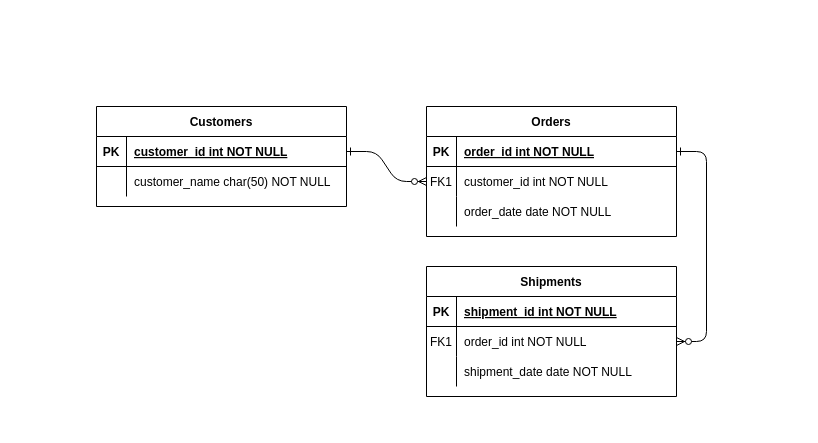
Earlier version of the draw.io diagram Diagrama sin título.drawio (lucasal07/E-Commerce). Source tidied: cells renumbered, new cells numbered last; positions are measured from the earlier drawing's top-left corner, leaving out a move shared by most shapes. Both pictures are drawn from the tidied source at 100%, with x=0, y=0 at pixel (96, 106).
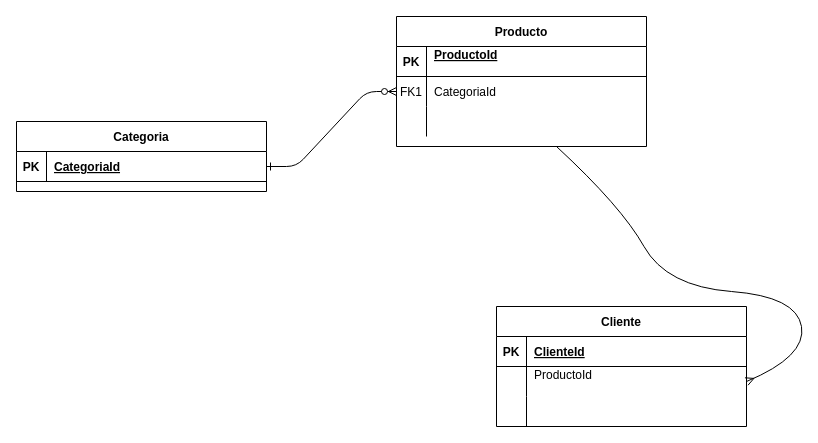
Above is the later version.

Commit message:
Relación entre tablas

The change refers to these unchanged cells:
```xml
<mxCell id="5" style="shape=partialRectangle;fillColor=none;points=[[0,0.5],[1,0.5]];portConstraint=eastwest;top=0;left=0;right=0;bottom=1;" parent="4" vertex="1">
  <mxGeometry y="30" width="250" height="30" as="geometry" />
</mxCell>
<mxCell id="8" style="shape=partialRectangle;fillColor=none;points=[[0,0.5],[1,0.5]];portConstraint=eastwest;top=0;left=0;right=0;bottom=0;" parent="4" vertex="1">
  <mxGeometry y="60" width="250" height="30" as="geometry" />
</mxCell>
<mxCell id="11" style="shape=partialRectangle;fillColor=none;top=0;left=0;right=0;bottom=0;" parent="4" vertex="1">
  <mxGeometry y="90" width="250" height="30" as="geometry" />
</mxCell>
<mxCell id="15" style="shape=partialRectangle;fillColor=none;top=0;left=0;right=0;bottom=1;" parent="14" vertex="1">
  <mxGeometry y="30" width="250" height="30" as="geometry" />
</mxCell>
<mxCell id="18" style="shape=partialRectangle;fillColor=none;points=[[0,0.5],[1,0.5]];portConstraint=eastwest;top=0;left=0;right=0;bottom=0;" parent="14" vertex="1">
  <mxGeometry y="60" width="250" height="30" as="geometry" />
</mxCell>
<mxCell id="21" style="shape=partialRectangle;fillColor=none;top=0;left=0;right=0;bottom=0;" parent="14" vertex="1">
  <mxGeometry y="90" width="250" height="30" as="geometry" />
</mxCell>
<mxCell id="25" style="shape=partialRectangle;fillColor=none;points=[[0,0.5],[1,0.5]];portConstraint=eastwest;top=0;left=0;right=0;bottom=1;" parent="24" vertex="1">
  <mxGeometry y="30" width="250" height="30" as="geometry" />
</mxCell>
```

The edit, as a diff of the source:
```diff
@@
-    <mxCell id="3" style="edgeStyle=entityRelationEdgeStyle;endArrow=ERzeroToMany;startArrow=ERone;endFill=1;startFill=0;" parent="1" edge="1" source="5" target="18">
-      <mxGeometry relative="1" as="geometry" />
-    </mxCell>
-    <mxCell id="4" value="Orders" style="shape=table;startSize=30;childLayout=tableLayout;rowLines=0;fontStyle=1;align=center;" parent="1" vertex="1">
-      <mxGeometry x="330" width="250" height="130" as="geometry" />
+    <mxCell id="4" value="Producto" style="shape=table;startSize=30;childLayout=tableLayout;rowLines=0;fontStyle=1;align=center;" parent="1" vertex="1">
+      <mxGeometry x="300" y="-90" width="250" height="130" as="geometry" />
     </mxCell>
@@
-    <mxCell id="7" value="order_id int NOT NULL " style="shape=partialRectangle;overflow=hidden;fillColor=none;top=0;left=0;bottom=0;right=0;align=left;spacingLeft=6;fontStyle=5;" parent="5" vertex="1">
+    <mxCell id="7" value="ProductoId&#10;" style="shape=partialRectangle;overflow=hidden;fillColor=none;top=0;left=0;bottom=0;right=0;align=left;spacingLeft=6;fontStyle=5;" parent="5" vertex="1">
       <mxGeometry x="30" width="220" height="30" as="geometry" />
     </mxCell>
@@
-    <mxCell id="10" value="customer_id int NOT NULL" style="shape=partialRectangle;overflow=hidden;fillColor=none;top=0;left=0;bottom=0;right=0;align=left;spacingLeft=6;" parent="8" vertex="1">
+    <mxCell id="10" value="CategoriaId" style="shape=partialRectangle;overflow=hidden;fillColor=none;top=0;left=0;bottom=0;right=0;align=left;spacingLeft=6;" parent="8" vertex="1">
       <mxGeometry x="30" width="220" height="30" as="geometry" />
     </mxCell>
@@
-    <mxCell id="13" value="order_date date NOT NULL" style="shape=partialRectangle;overflow=hidden;fillColor=none;top=0;left=0;bottom=0;right=0;align=left;spacingLeft=6;" parent="11" vertex="1">
+    <mxCell id="13" style="shape=partialRectangle;overflow=hidden;fillColor=none;top=0;left=0;bottom=0;right=0;align=left;spacingLeft=6;" parent="11" vertex="1">
       <mxGeometry x="30" width="220" height="30" as="geometry" />
     </mxCell>
-    <mxCell id="14" value="Shipments" style="shape=table;startSize=30;childLayout=tableLayout;rowLines=0;fontStyle=1;align=center;" parent="1" vertex="1">
-      <mxGeometry x="330" y="160" width="250" height="130" as="geometry" />
+    <mxCell id="14" value="Cliente" style="shape=table;startSize=30;childLayout=tableLayout;rowLines=0;fontStyle=1;align=center;" parent="1" vertex="1">
+      <mxGeometry x="400" y="200" width="250" height="120" as="geometry" />
     </mxCell>
@@
-    <mxCell id="17" value="shipment_id int NOT NULL " style="shape=partialRectangle;overflow=hidden;fillColor=none;top=0;left=0;bottom=0;right=0;align=left;spacingLeft=6;fontStyle=5;" parent="15" vertex="1">
+    <mxCell id="17" value="ClienteId" style="shape=partialRectangle;overflow=hidden;fillColor=none;top=0;left=0;bottom=0;right=0;align=left;spacingLeft=6;fontStyle=5;" parent="15" vertex="1">
       <mxGeometry x="30" width="220" height="30" as="geometry" />
     </mxCell>
@@
-    <mxCell id="19" value="FK1" style="shape=partialRectangle;overflow=hidden;fillColor=none;top=0;left=0;bottom=0;right=0;" parent="18" vertex="1">
+    <mxCell id="19" style="shape=partialRectangle;overflow=hidden;fillColor=none;top=0;left=0;bottom=0;right=0;" parent="18" vertex="1">
       <mxGeometry width="30" height="30" as="geometry" />
     </mxCell>
-    <mxCell id="20" value="order_id int NOT NULL" style="shape=partialRectangle;overflow=hidden;fillColor=none;top=0;left=0;bottom=0;right=0;align=left;spacingLeft=6;" parent="18" vertex="1">
+    <mxCell id="20" value="ProductoId&#10;" style="shape=partialRectangle;overflow=hidden;fillColor=none;top=0;left=0;bottom=0;right=0;align=left;spacingLeft=6;" parent="18" vertex="1">
       <mxGeometry x="30" width="220" height="30" as="geometry" />
     </mxCell>
@@
-    <mxCell id="23" value="shipment_date date NOT NULL" style="shape=partialRectangle;overflow=hidden;fillColor=none;top=0;left=0;bottom=0;right=0;align=left;spacingLeft=6;" parent="21" vertex="1">
+    <mxCell id="23" style="shape=partialRectangle;overflow=hidden;fillColor=none;top=0;left=0;bottom=0;right=0;align=left;spacingLeft=6;" parent="21" vertex="1">
       <mxGeometry x="30" width="220" height="30" as="geometry" />
     </mxCell>
-    <mxCell id="24" value="Customers" style="shape=table;startSize=30;childLayout=tableLayout;rowLines=0;fontStyle=1;align=center;" parent="1" vertex="1">
-      <mxGeometry width="250" height="100" as="geometry" />
+    <mxCell id="24" value="Categoria" style="shape=table;startSize=30;childLayout=tableLayout;rowLines=0;fontStyle=1;align=center;" parent="1" vertex="1">
+      <mxGeometry x="-80" y="15" width="250" height="70" as="geometry" />
     </mxCell>
@@
-    <mxCell id="27" value="customer_id int NOT NULL " style="shape=partialRectangle;overflow=hidden;fillColor=none;top=0;left=0;bottom=0;right=0;align=left;spacingLeft=6;fontStyle=5;" parent="25" vertex="1">
+    <mxCell id="27" value="CategoriaId" style="shape=partialRectangle;overflow=hidden;fillColor=none;top=0;left=0;bottom=0;right=0;align=left;spacingLeft=6;fontStyle=5;" parent="25" vertex="1">
       <mxGeometry x="30" width="220" height="30" as="geometry" />
     </mxCell>
-    <mxCell id="28" style="shape=partialRectangle;fillColor=none;top=0;left=0;right=0;bottom=0;" parent="24" vertex="1">
-      <mxGeometry y="60" width="250" height="30" as="geometry" />
-    </mxCell>
-    <mxCell id="29" style="shape=partialRectangle;overflow=hidden;fillColor=none;top=0;left=0;bottom=0;right=0;" parent="28" vertex="1">
-      <mxGeometry width="30" height="30" as="geometry" />
-    </mxCell>
-    <mxCell id="30" value="customer_name char(50) NOT NULL" style="shape=partialRectangle;overflow=hidden;fillColor=none;top=0;left=0;bottom=0;right=0;align=left;spacingLeft=6;" parent="28" vertex="1">
-      <mxGeometry x="30" width="220" height="30" as="geometry" />
-    </mxCell>
+    <mxCell id="31" style="curved=1;endArrow=ERmany;html=1;rounded=0;entryX=1;entryY=0.5;entryDx=0;entryDy=0;endFill=0;" parent="1" edge="1" target="18">
+      <mxGeometry relative="1" as="geometry">
+        <mxPoint x="460" y="40" as="sourcePoint" />
+        <Array as="points">
+          <mxPoint x="525" y="100" />
+          <mxPoint x="570" y="180" />
+          <mxPoint x="700" y="190" />
+          <mxPoint x="710" y="250" />
+        </Array>
+      </mxGeometry>
+    </mxCell>
```
